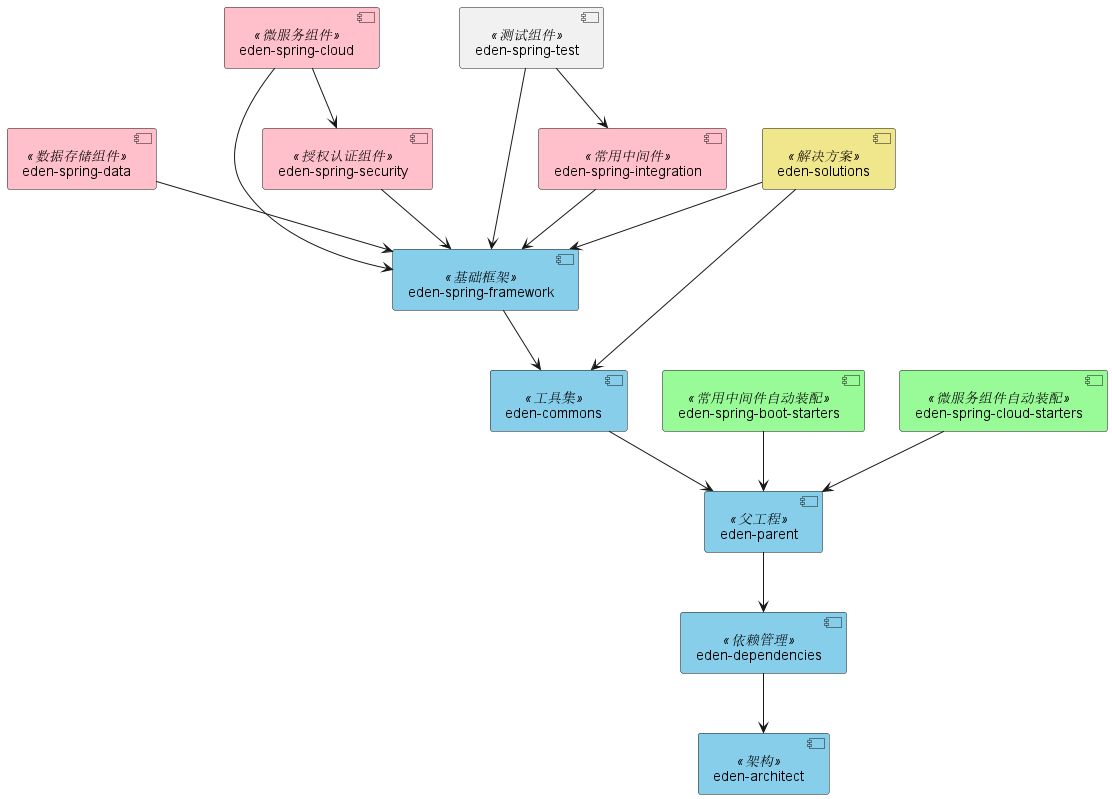
Earlier version of the PlantUML export docs/uml/component.png (shiyindaxiaojie/eden-architect).
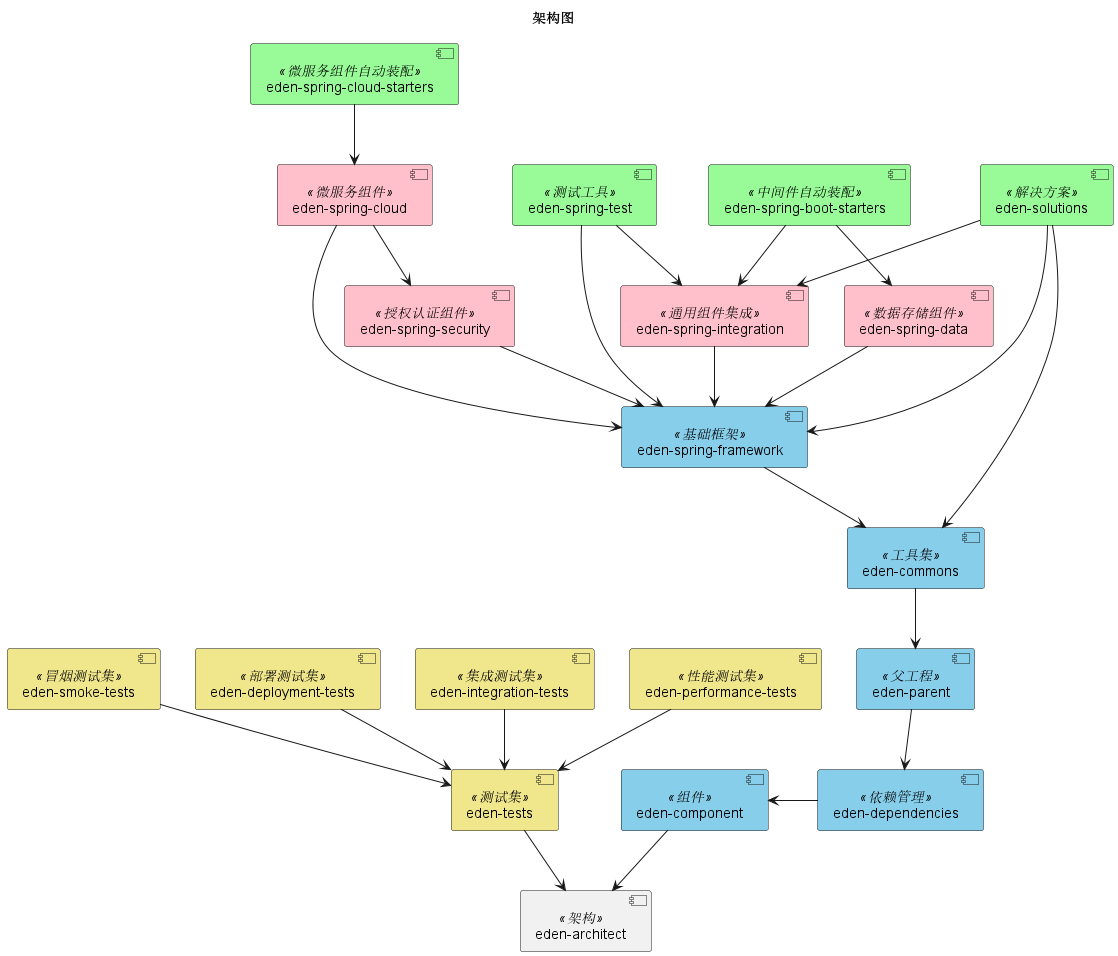
After the commit.

The edit, as a diff of the source:
```diff
@@ -1,35 +1,58 @@
 @startuml
 
+!if %variable_exists("$THEME")
+title 架构图 - $THEME theme
+!else
+title 架构图
+!endif
+
+
 [eden-architect] <<架构>>
+
+[eden-component] <<组件>>
 [eden-dependencies] <<依赖管理>>
 [eden-parent] <<父工程>>
 [eden-commons] <<工具集>>
 [eden-spring-framework] <<基础框架>>
 [eden-spring-data] <<数据存储组件>>
 [eden-spring-security] <<授权认证组件>>
-[eden-spring-integration] <<常用中间件>>
-[eden-spring-boot-starters] <<常用中间件自动装配>>
+[eden-spring-integration] <<通用组件集成>>
+[eden-spring-boot-starters] <<中间件自动装配>>
 [eden-spring-cloud] <<微服务组件>>
 [eden-spring-cloud-starters] <<微服务组件自动装配>>
-[eden-spring-test] <<测试组件>>
+[eden-spring-test] <<测试工具>>
 [eden-solutions] <<解决方案>>
 
+[eden-tests] <<测试集>>
+[eden-deployment-tests] <<部署测试集>>
+[eden-integration-tests] <<集成测试集>>
+[eden-performance-tests] <<性能测试集>>
+[eden-smoke-tests] <<冒烟测试集>>
+
 skinparam component {
- 	backgroundColor<<架构>> SkyBlue
+ 	backgroundColor<<组件>> SkyBlue
     backgroundColor<<依赖管理>> SkyBlue
     backgroundColor<<父工程>> SkyBlue
     backgroundColor<<工具集>> SkyBlue
     backgroundColor<<基础框架>> SkyBlue
 	backgroundColor<<数据存储组件>> Pink
 	backgroundColor<<授权认证组件>> Pink
-	backgroundColor<<常用中间件>> Pink
+	backgroundColor<<通用组件集成>> Pink
 	backgroundColor<<微服务组件>> Pink
-    backgroundColor<<常用中间件自动装配>> PaleGreen
+    backgroundColor<<中间件自动装配>> PaleGreen
     backgroundColor<<微服务组件自动装配>> PaleGreen
-	backgroundColor<<解决方案>> Khaki
+    backgroundColor<<测试工具>> PaleGreen
+	backgroundColor<<解决方案>> PaleGreen
+
+	backgroundColor<<测试集>> Khaki
+	backgroundColor<<部署测试集>> Khaki
+	backgroundColor<<集成测试集>> Khaki
+	backgroundColor<<性能测试集>> Khaki
+	backgroundColor<<冒烟测试集>> Khaki
 }
 
-[eden-dependencies] --> [eden-architect]
+[eden-component] --> [eden-architect]
+[eden-dependencies] -l-> [eden-component]
 [eden-parent] --> [eden-dependencies]
 [eden-commons] --> [eden-parent]
 [eden-spring-framework] --> [eden-commons]
@@ -40,8 +63,17 @@
 [eden-spring-cloud] --> [eden-spring-security]
 [eden-spring-test] --> [eden-spring-framework]
 [eden-spring-test] --> [eden-spring-integration]
-[eden-spring-boot-starters] --> [eden-parent]
-[eden-spring-cloud-starters] --> [eden-parent]
+[eden-spring-boot-starters] --> [eden-spring-data]
+[eden-spring-boot-starters] --> [eden-spring-integration]
+[eden-spring-cloud-starters] --> [eden-spring-cloud]
 [eden-solutions] --> [eden-commons]
 [eden-solutions] --> [eden-spring-framework]
+[eden-solutions] --> [eden-spring-integration]
+
+[eden-tests] --> [eden-architect]
+[eden-deployment-tests] --> [eden-tests]
+[eden-integration-tests] --> [eden-tests]
+[eden-performance-tests] --> [eden-tests]
+[eden-smoke-tests] --> [eden-tests]
+
 @enduml
```
